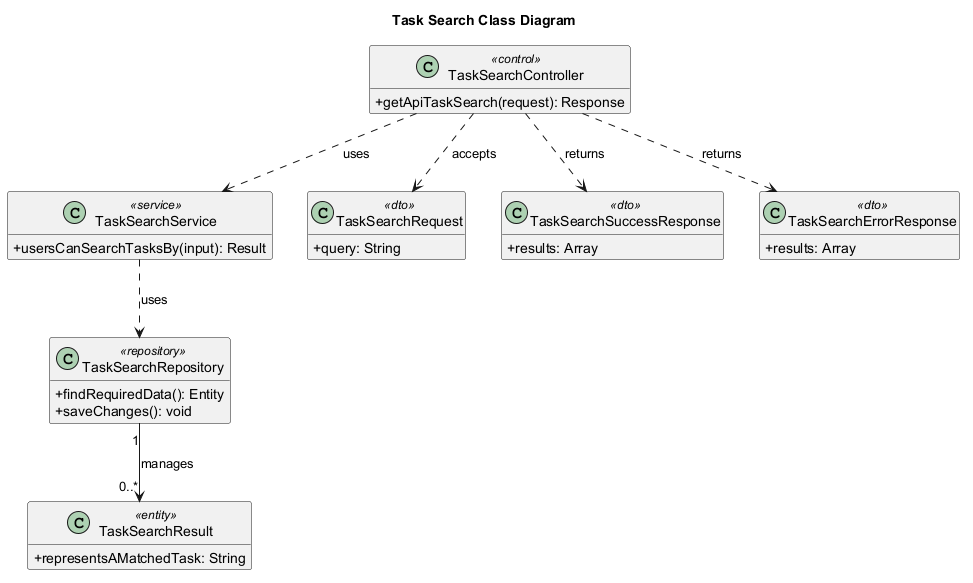
Earlier version of the PlantUML export services/agentic_service/outputs/taskflow/feature-task-search/03_architecture/task_search_class_v1.png (Dulneth210229/Auto-Forge-MAS).
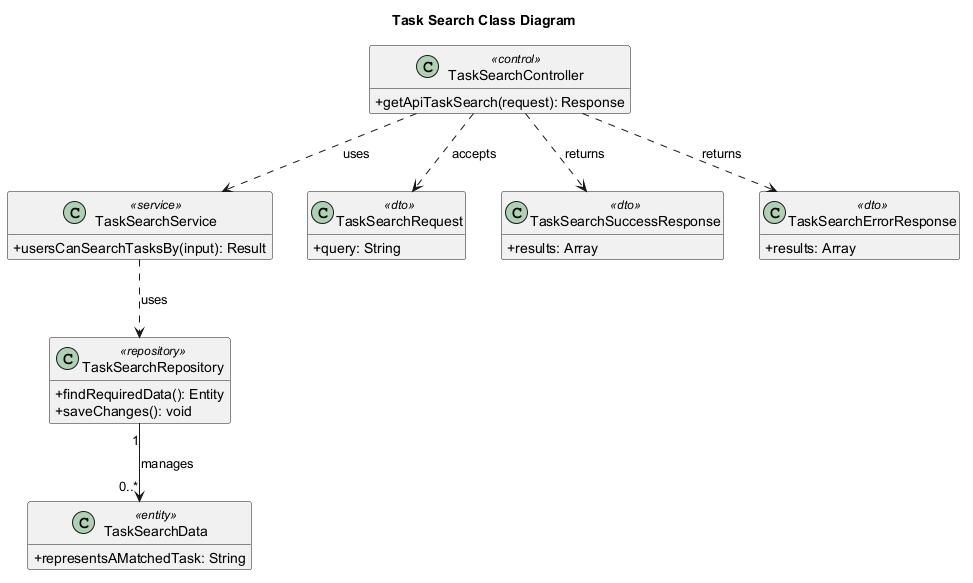
Later version of the same file.

Change to the diagram source:
```diff
@@ -25,7 +25,7 @@
   +results: Array
 }
 
-class "TaskSearchResult" as CLS_ENTITY_001 <<entity>> {
+class "TaskSearchData" as CLS_ENTITY_001 <<entity>> {
   +representsAMatchedTask: String
 }
 
```
